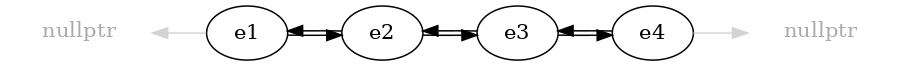
This is slides/tad/lista-example3.dot.png from jgsogo/eda, a Graphviz export, as it was before one commit. Its source is kept beside it as slides/tad/lista-example3.dot.
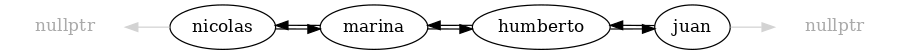
After the commit.

What changed in the source:
```diff
@@ -6,10 +6,10 @@
     nullptr1 [label=< <font color="#aaaaaa">nullptr</font> > color=invis]
     nullptr2 [label=< <font color="#aaaaaa">nullptr</font> > color=invis]
 
-    nullptr2 -> e1 [color=lightgrey dir=back weight=10]
-    e1 -> e2 -> e3 -> e4 [weight=10]
-    e4 -> e3 -> e2 -> e1 [constraint=false]
+    nullptr2 -> nicolas [color=lightgrey dir=back weight=10]
+    nicolas -> marina -> humberto -> juan [weight=10]
+    juan -> humberto -> marina -> nicolas [constraint=false]
 
-    e4 -> nullptr1 [color=lightgrey]
+    juan -> nullptr1 [color=lightgrey]
 
 }
```
